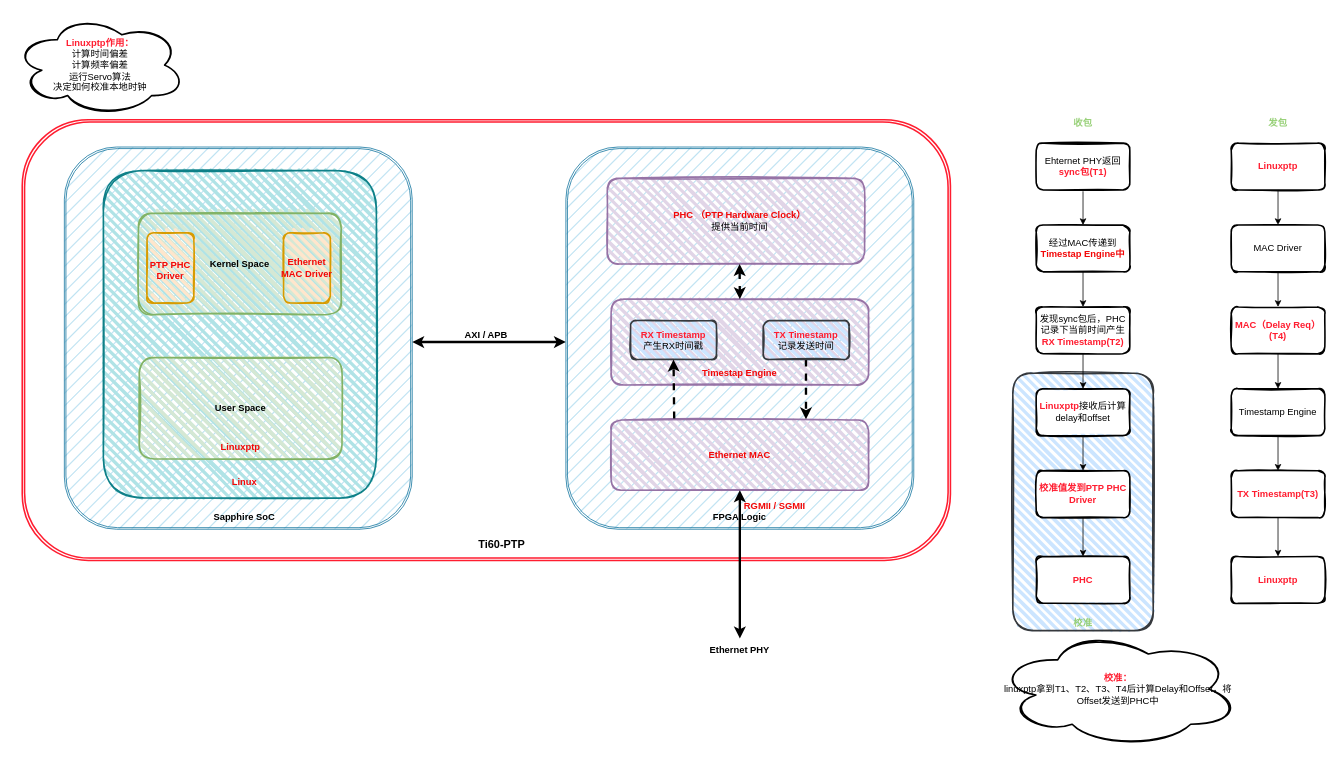
Before: A13-PTP.drawio in shenwangchong/learngit, a draw.io diagram. Source tidied: cells renumbered, new cells numbered last; positions are measured from the earlier drawing's top-left corner, leaving out a move shared by most shapes. Both pictures are drawn from the tidied source at 78%, with x=0, y=0 at pixel (14, 14).
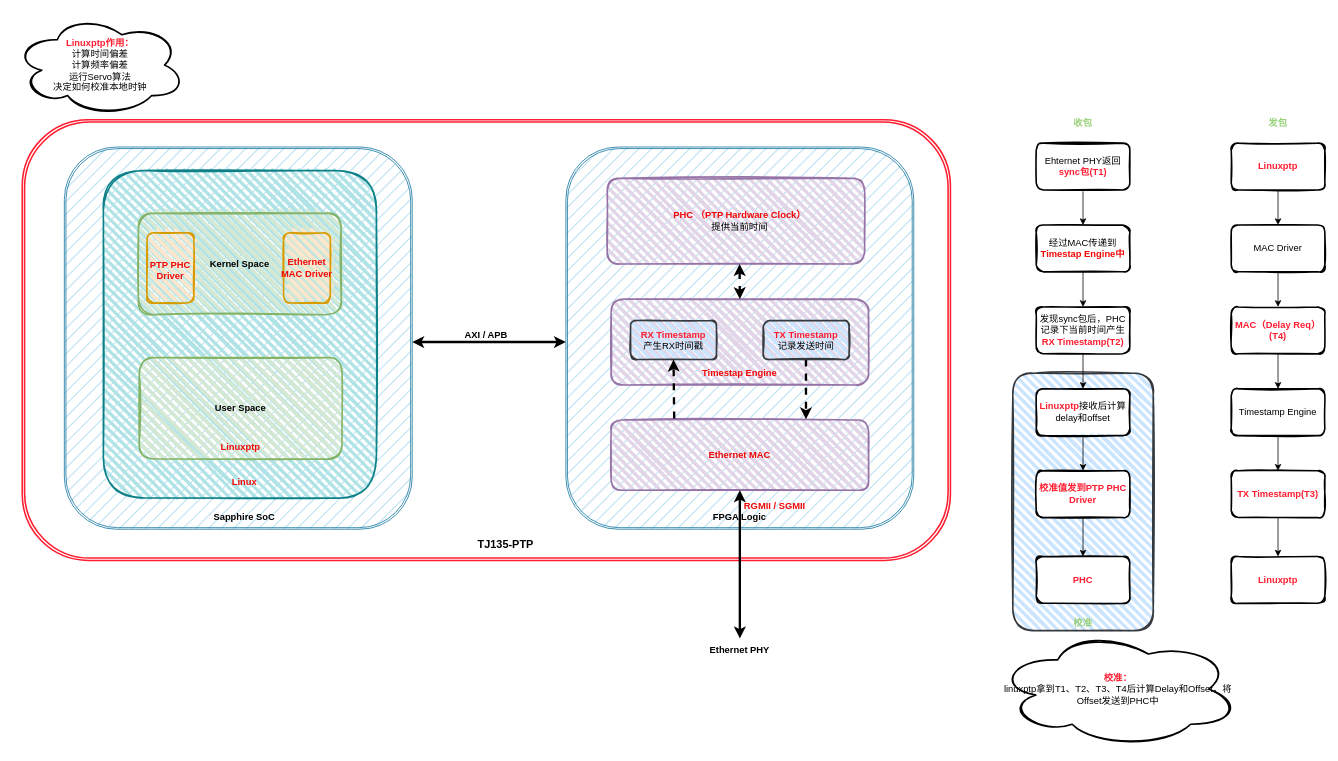
After the change.

The edit, as a diff of the source:
```diff
@@
-    <mxCell id="14" value="&lt;b&gt;&lt;font style=&quot;font-size: 14px;&quot;&gt;Ti60-PTP&lt;/font&gt;&lt;/b&gt;" style="text;html=1;whiteSpace=wrap;strokeColor=none;fillColor=none;align=center;verticalAlign=middle;rounded=0;" parent="1" vertex="1">
-      <mxGeometry x="590" y="670" width="70" height="20" as="geometry" />
+    <mxCell id="14" value="&lt;b&gt;&lt;font style=&quot;font-size: 14px;&quot;&gt;TJ135-PTP&lt;/font&gt;&lt;/b&gt;" style="text;html=1;whiteSpace=wrap;strokeColor=none;fillColor=none;align=center;verticalAlign=middle;rounded=0;" parent="1" vertex="1">
+      <mxGeometry x="590" y="670" width="80" height="20" as="geometry" />
     </mxCell>
```
